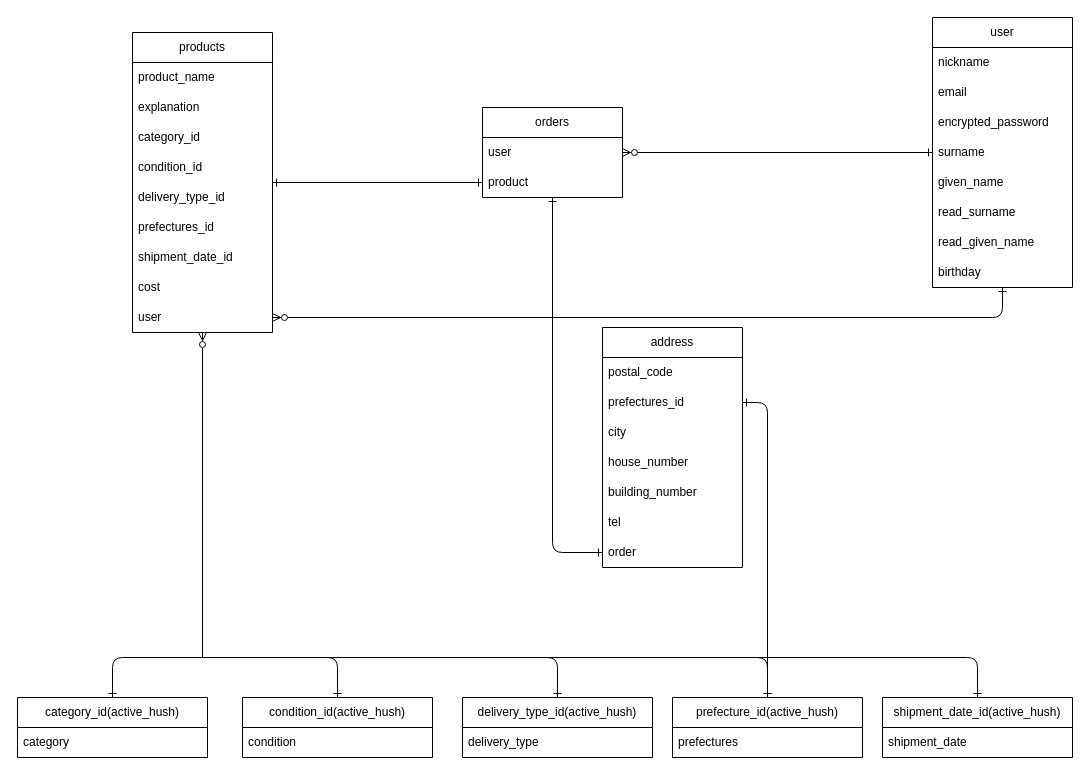
The draw.io diagram furima_ER.dio in Yuya7124/furima-39057, before the edit. Source tidied: cells renumbered, new cells numbered last; positions are measured from the earlier drawing's top-left corner, leaving out a move shared by most shapes. Both pictures are drawn from the tidied source at 100%, with x=0, y=0 at pixel (17, 17).
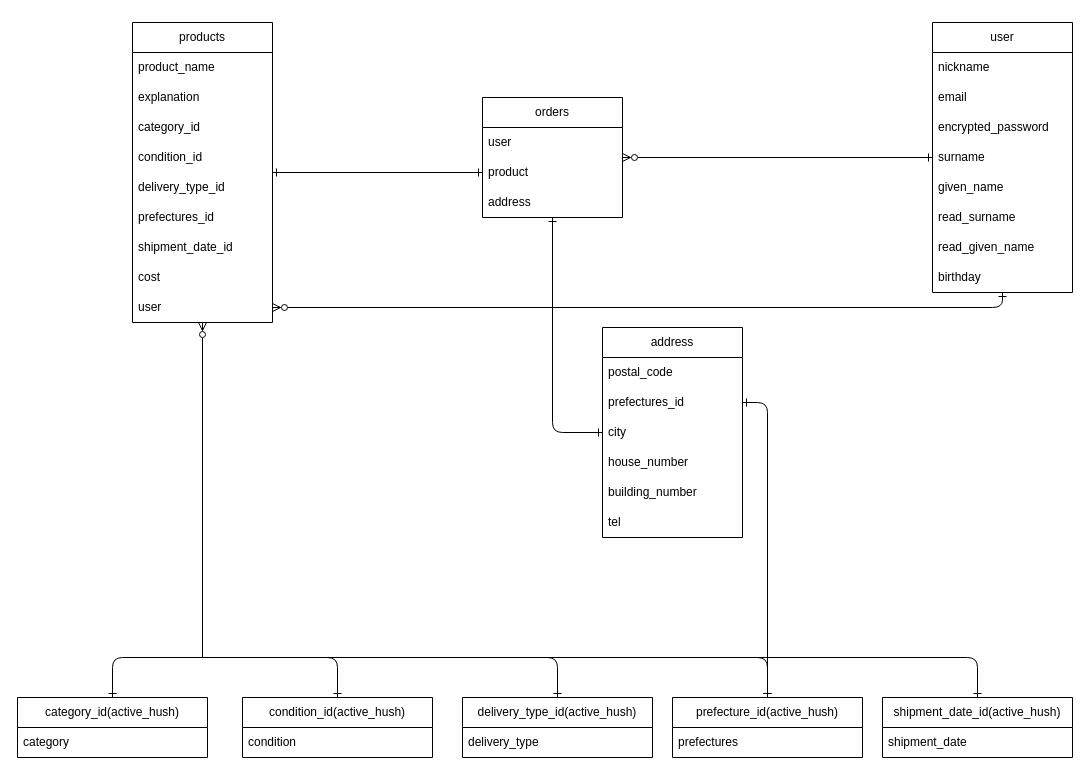
Above is the later version.

Commit message (it also covers changes not shown here):
データベース設計とER図の修正(Take 4)

The change refers to these unchanged cells:
```xml
<mxCell id="20" value="user" style="text;strokeColor=none;fillColor=none;align=left;verticalAlign=middle;spacingLeft=4;spacingRight=4;overflow=hidden;points=[[0,0.5],[1,0.5]];portConstraint=eastwest;whiteSpace=wrap;html=1;" parent="11" vertex="1">
  <mxGeometry y="270" width="140" height="30" as="geometry" />
</mxCell>
<mxCell id="24" value="city" style="text;strokeColor=none;fillColor=none;align=left;verticalAlign=middle;spacingLeft=4;spacingRight=4;overflow=hidden;points=[[0,0.5],[1,0.5]];portConstraint=eastwest;whiteSpace=wrap;html=1;" parent="21" vertex="1">
  <mxGeometry y="90" width="140" height="30" as="geometry" />
</mxCell>
```

The edit, as a diff of the source:
```diff
@@
     <mxCell id="2" value="user" style="swimlane;fontStyle=0;horizontal=1;startSize=30;whiteSpace=wrap;html=1;" parent="1" vertex="1">
-      <mxGeometry x="915" width="140" height="270" as="geometry" />
+      <mxGeometry x="915" y="5" width="140" height="270" as="geometry" />
     </mxCell>
@@
     <mxCell id="11" value="products" style="swimlane;fontStyle=0;horizontal=1;startSize=30;whiteSpace=wrap;html=1;" parent="1" vertex="1">
-      <mxGeometry x="115" y="15" width="140" height="300" as="geometry" />
+      <mxGeometry x="115" y="5" width="140" height="300" as="geometry" />
     </mxCell>
@@
     <mxCell id="21" value="address" style="swimlane;fontStyle=0;horizontal=1;startSize=30;whiteSpace=wrap;html=1;" parent="1" vertex="1">
-      <mxGeometry x="585" y="310" width="140" height="240" as="geometry" />
+      <mxGeometry x="585" y="310" width="140" height="210" as="geometry" />
     </mxCell>
@@
-    <mxCell id="28" value="order" style="text;strokeColor=none;fillColor=none;align=left;verticalAlign=middle;spacingLeft=4;spacingRight=4;overflow=hidden;points=[[0,0.5],[1,0.5]];portConstraint=eastwest;whiteSpace=wrap;html=1;" parent="21" vertex="1">
-      <mxGeometry y="210" width="140" height="30" as="geometry" />
-    </mxCell>
@@
     <mxCell id="30" value="orders" style="swimlane;fontStyle=0;horizontal=1;startSize=30;whiteSpace=wrap;html=1;" parent="1" vertex="1">
-      <mxGeometry x="465" y="90" width="140" height="90" as="geometry" />
+      <mxGeometry x="465" y="80" width="140" height="120" as="geometry" />
     </mxCell>
@@
+    <mxCell id="54" value="address" style="text;strokeColor=none;fillColor=none;align=left;verticalAlign=middle;spacingLeft=4;spacingRight=4;overflow=hidden;whiteSpace=wrap;html=1;" parent="30" vertex="1">
+      <mxGeometry y="90" width="140" height="30" as="geometry" />
+    </mxCell>
@@
-    <mxCell id="50" style="edgeStyle=none;html=1;exitX=0;exitY=0.5;exitDx=0;exitDy=0;startArrow=ERone;startFill=0;endArrow=ERone;endFill=0;" parent="1" edge="1" source="28" target="30">
-      <mxGeometry relative="1" as="geometry">
-        <Array as="points">
-          <mxPoint x="535" y="535" />
-        </Array>
-      </mxGeometry>
-    </mxCell>
@@
     <mxCell id="53" style="edgeStyle=none;html=1;startArrow=ERzeroToMany;startFill=0;endArrow=ERone;endFill=0;" parent="1" edge="1" source="20" target="2">
       <mxGeometry relative="1" as="geometry">
         <Array as="points">
-          <mxPoint x="985" y="300" />
+          <mxPoint x="985" y="290" />
         </Array>
       </mxGeometry>
     </mxCell>
+    <mxCell id="55" style="edgeStyle=none;html=1;exitX=0;exitY=0.5;exitDx=0;exitDy=0;startArrow=ERone;startFill=0;endArrow=ERone;endFill=0;" parent="1" edge="1" source="24" target="30">
+      <mxGeometry relative="1" as="geometry">
+        <Array as="points">
+          <mxPoint x="535" y="415" />
+        </Array>
+      </mxGeometry>
+    </mxCell>
```
